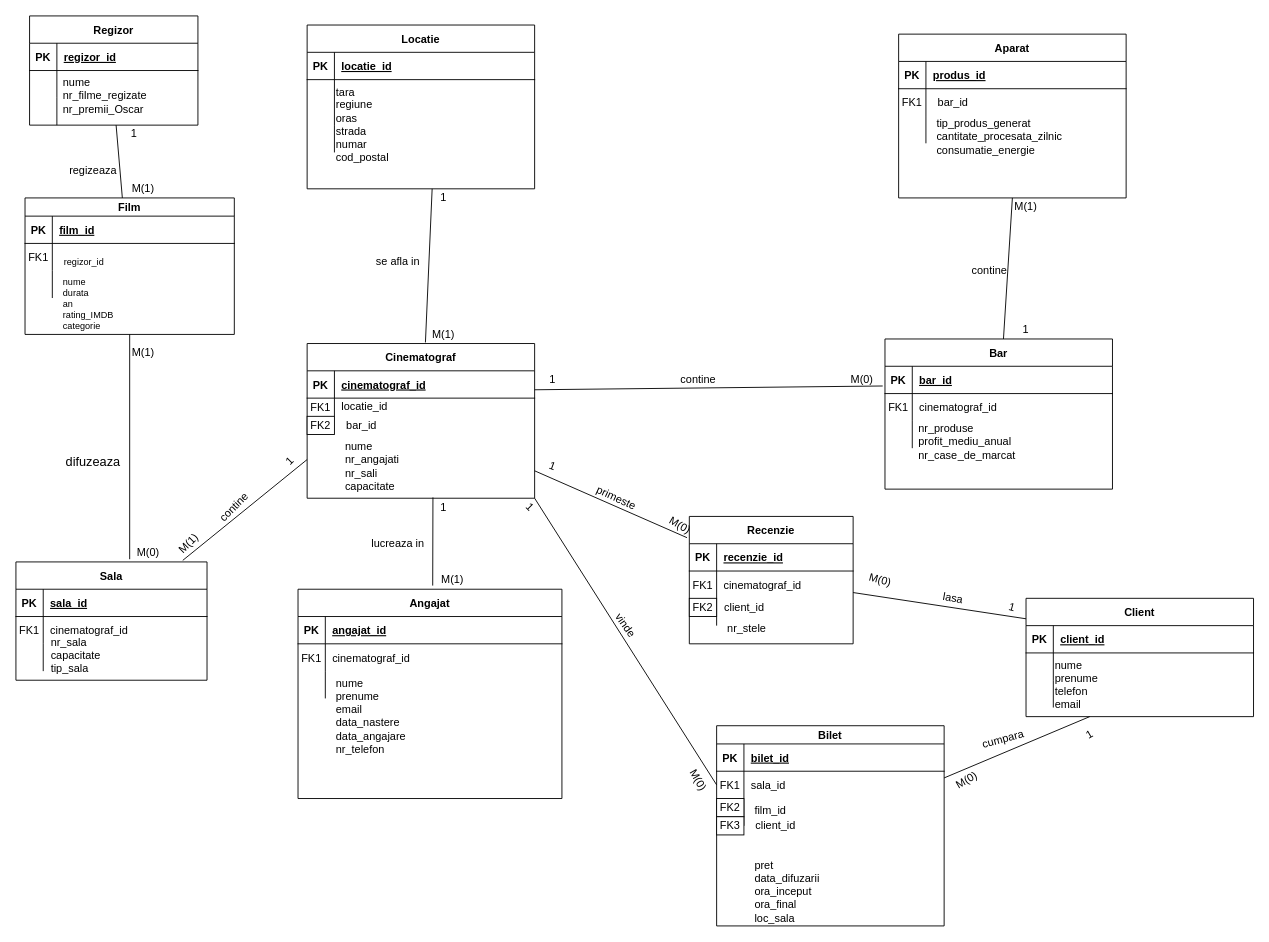
Earlier version of the draw.io diagram page "Page-1" (1 of 2) of Databases/Project/BucharestCinemas.drawio (Swizop/uni-work). Source tidied: cells renumbered, new cells numbered last; positions are measured from the earlier drawing's top-left corner, leaving out a move shared by most shapes. Both pictures are drawn from the tidied source at 91%, with x=0, y=0 at pixel (15, 15).
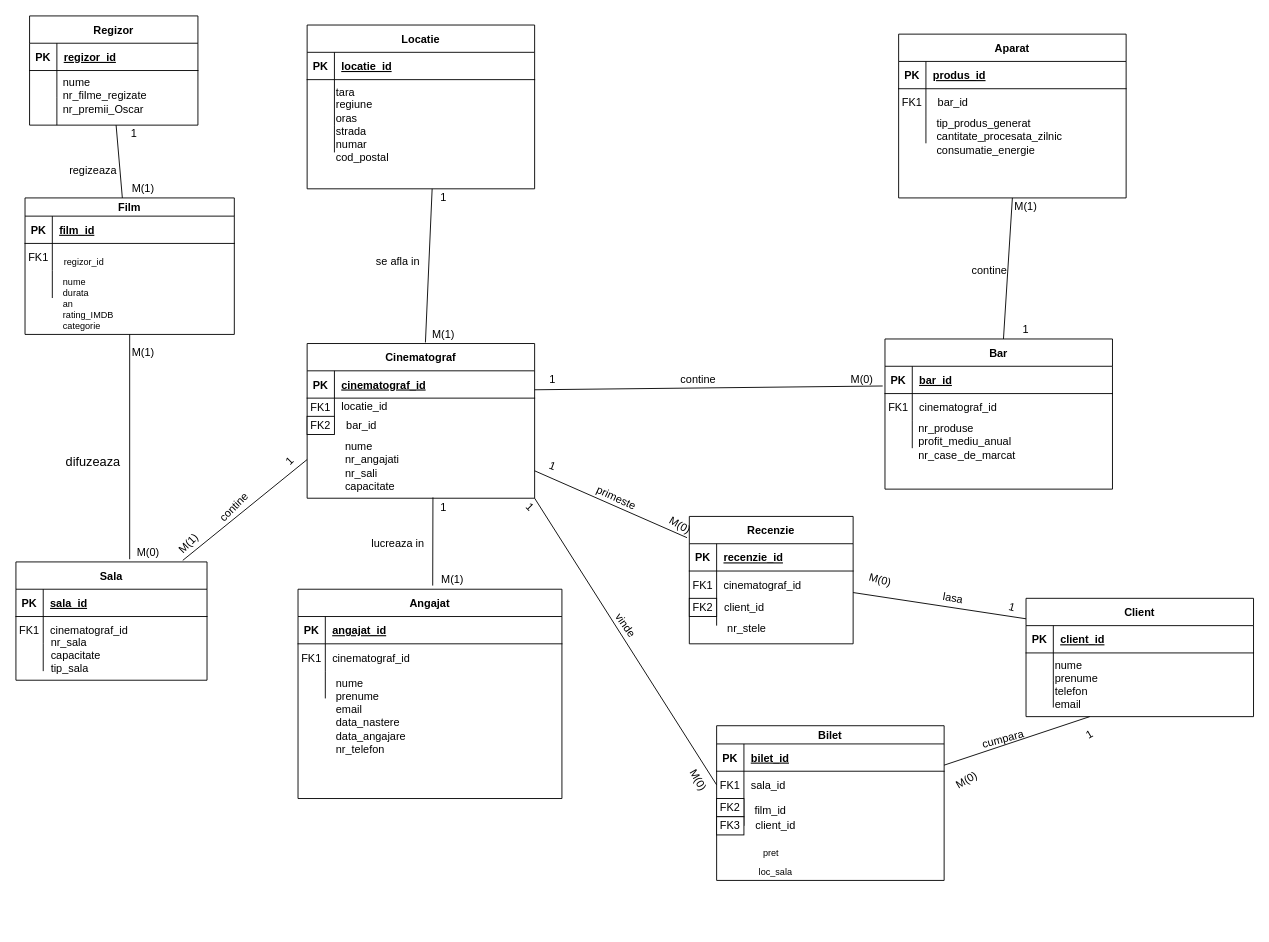
Above is the later version.

Diff of the diagram source:
```diff
@@
     <mxCell id="53" value="Bilet" style="shape=table;startSize=20;childLayout=tableLayout;rowLines=0;fontStyle=1;align=center;" parent="1" vertex="1">
-      <mxGeometry x="770" y="780" width="250" height="220" as="geometry" />
+      <mxGeometry x="770" y="780" width="250" height="170" as="geometry" />
     </mxCell>
@@
-    <mxCell id="147" value="pret&lt;br&gt;data_difuzarii&lt;br&gt;ora_inceput&lt;br&gt;ora_final" style="text;html=1;strokeColor=none;fillColor=none;align=left;verticalAlign=top;whiteSpace=wrap;rounded=0;" parent="1" vertex="1">
-      <mxGeometry x="810" y="920" width="210" height="80" as="geometry" />
-    </mxCell>
@@
-    <mxCell id="170" value="&lt;br&gt;&lt;br&gt;&lt;br&gt;&lt;br&gt;loc_sala" style="text;html=1;strokeColor=none;fillColor=none;align=left;verticalAlign=top;whiteSpace=wrap;rounded=0;" parent="1" vertex="1">
-      <mxGeometry x="810" y="920" width="210" height="80" as="geometry" />
-    </mxCell>
@@
+    <mxCell id="178" value="pret" style="text;html=1;strokeColor=none;fillColor=none;align=center;verticalAlign=middle;whiteSpace=wrap;rounded=0;dashed=1;fontSize=10;" parent="1" vertex="1">
+      <mxGeometry x="810" y="910" width="40" height="20" as="geometry" />
+    </mxCell>
+    <mxCell id="170" value="loc_sala" style="text;html=1;strokeColor=none;fillColor=none;align=center;verticalAlign=middle;whiteSpace=wrap;rounded=0;dashed=1;fontSize=10;" parent="1" vertex="1">
+      <mxGeometry x="815" y="930" width="40" height="20" as="geometry" />
+    </mxCell>
```
